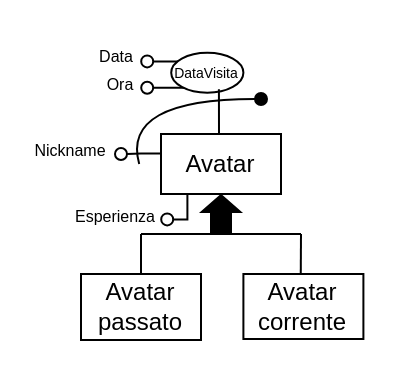
The draw.io diagram WP1/Pattern/Storicizzazione Avatar/StoricizzazioneAvatarDopo.drawio in pnocerino/BasiDiDati, before the edit. Source tidied: cells renumbered, new cells numbered last; positions are measured from the earlier drawing's top-left corner, leaving out a move shared by most shapes. Both pictures are drawn from the tidied source at 200%, with x=0, y=0 at pixel (40, 38).
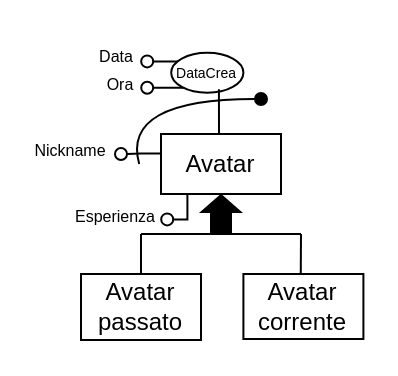
The same diagram, later.

Diff of the diagram source:
```diff
@@
-    <mxCell id="18" value="&lt;p style=&quot;line-height: 110%;&quot;&gt;&lt;font style=&quot;font-size: 7px;&quot;&gt;DataVisita&lt;/font&gt;&lt;/p&gt;" style="ellipse;whiteSpace=wrap;html=1;" parent="1" vertex="1">
+    <mxCell id="18" value="&lt;p style=&quot;line-height: 110%;&quot;&gt;&lt;font style=&quot;font-size: 7px;&quot;&gt;DataCrea&lt;/font&gt;&lt;/p&gt;" style="ellipse;whiteSpace=wrap;html=1;" parent="1" vertex="1">
       <mxGeometry x="65.1" y="6.9" width="36.1" height="20" as="geometry" />
     </mxCell>
```
